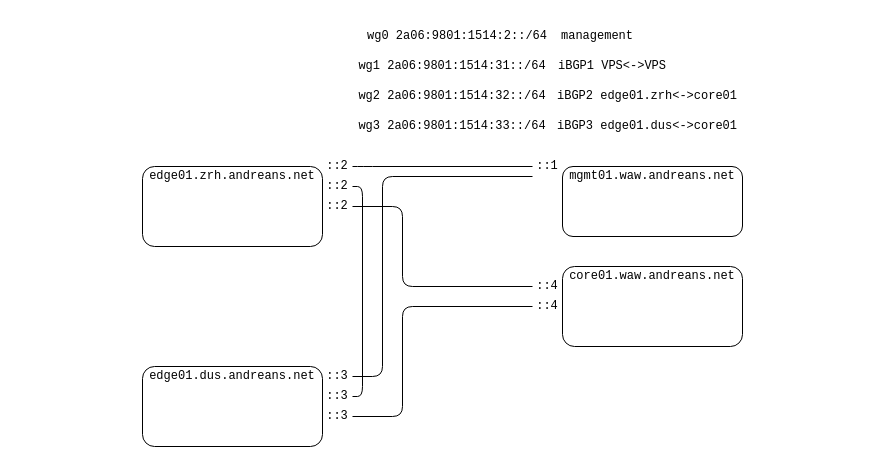
Earlier version of the draw.io diagram media/wgtunnels.drawio (Andreansx/AS218716-Networking-lab). Source tidied: cells renumbered, new cells numbered last; positions are measured from the earlier drawing's top-left corner, leaving out a move shared by most shapes. Both pictures are drawn from the tidied source at 100%, with x=0, y=0 at pixel (142, 26).
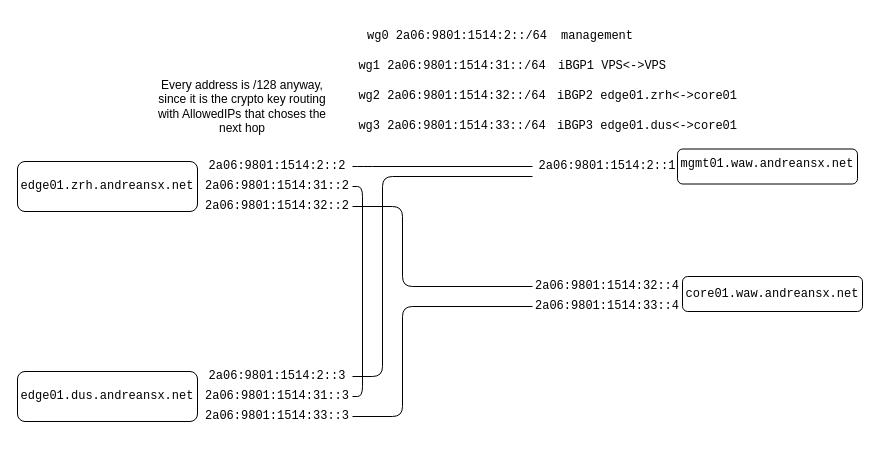
The same page after the edit.

The edit, as a diff of the source:
```diff
@@
     <mxCell id="2" style="rounded=1;whiteSpace=wrap;html=1;roundedPerimeter=1;" parent="1" vertex="1">
-      <mxGeometry y="140" width="180" height="80" as="geometry" />
+      <mxGeometry x="-125" y="135" width="180" height="50" as="geometry" />
     </mxCell>
-    <mxCell id="3" value="&lt;pre&gt;&lt;font&gt;edge01.zrh.andreans.net&lt;/font&gt;&lt;/pre&gt;" style="text;html=1;whiteSpace=wrap;strokeColor=none;fillColor=none;align=center;verticalAlign=middle;rounded=0;" parent="1" vertex="1">
-      <mxGeometry x="5" y="140" width="170" height="20" as="geometry" />
+    <mxCell id="3" value="&lt;pre&gt;&lt;font&gt;edge01.zrh.andreansx.net&lt;/font&gt;&lt;/pre&gt;" style="text;html=1;whiteSpace=wrap;strokeColor=none;fillColor=none;align=center;verticalAlign=middle;rounded=0;" parent="1" vertex="1">
+      <mxGeometry x="-120" y="150" width="170" height="20" as="geometry" />
     </mxCell>
     <mxCell id="4" style="rounded=1;whiteSpace=wrap;html=1;roundedPerimeter=1;" parent="1" vertex="1">
-      <mxGeometry y="340" width="180" height="80" as="geometry" />
+      <mxGeometry x="-125" y="345" width="180" height="50" as="geometry" />
     </mxCell>
-    <mxCell id="5" value="&lt;pre&gt;&lt;font&gt;edge01.dus.andreans.net&lt;/font&gt;&lt;/pre&gt;" style="text;html=1;whiteSpace=wrap;strokeColor=none;fillColor=none;align=center;verticalAlign=middle;rounded=0;" parent="1" vertex="1">
-      <mxGeometry x="5" y="340" width="170" height="20" as="geometry" />
+    <mxCell id="5" value="&lt;pre&gt;&lt;font&gt;edge01.dus.andreansx.net&lt;/font&gt;&lt;/pre&gt;" style="text;html=1;whiteSpace=wrap;strokeColor=none;fillColor=none;align=center;verticalAlign=middle;rounded=0;" parent="1" vertex="1">
+      <mxGeometry x="-120" y="360" width="170" height="20" as="geometry" />
     </mxCell>
     <mxCell id="6" style="rounded=1;whiteSpace=wrap;html=1;roundedPerimeter=1;" parent="1" vertex="1">
-      <mxGeometry x="420" y="240" width="180" height="80" as="geometry" />
+      <mxGeometry x="540" y="250" width="180" height="35" as="geometry" />
     </mxCell>
-    <mxCell id="7" value="&lt;pre&gt;&lt;font&gt;core01.waw.andreans.net&lt;/font&gt;&lt;/pre&gt;" style="text;html=1;whiteSpace=wrap;strokeColor=none;fillColor=none;align=center;verticalAlign=middle;rounded=0;" parent="1" vertex="1">
-      <mxGeometry x="425" y="240" width="170" height="20" as="geometry" />
+    <mxCell id="7" value="&lt;pre&gt;&lt;font&gt;core01.waw.andreansx.net&lt;/font&gt;&lt;/pre&gt;" style="text;html=1;whiteSpace=wrap;strokeColor=none;fillColor=none;align=center;verticalAlign=middle;rounded=0;" parent="1" vertex="1">
+      <mxGeometry x="545" y="257.5" width="170" height="20" as="geometry" />
     </mxCell>
@@
-    <mxCell id="16" value="&lt;pre&gt;::2&lt;/pre&gt;" style="text;html=1;whiteSpace=wrap;strokeColor=none;fillColor=none;align=center;verticalAlign=middle;rounded=0;fontColor=light-dark(#000000,#B3FF66);" parent="1" vertex="1">
-      <mxGeometry x="180" y="130" width="30" height="20" as="geometry" />
+    <mxCell id="16" value="&lt;pre&gt;2a06:9801:1514:2::2&lt;/pre&gt;" style="text;html=1;whiteSpace=wrap;strokeColor=none;fillColor=none;align=center;verticalAlign=middle;rounded=0;fontColor=light-dark(#000000,#B3FF66);" parent="1" vertex="1">
+      <mxGeometry x="60" y="130" width="150" height="20" as="geometry" />
     </mxCell>
-    <mxCell id="17" value="&lt;pre&gt;::3&lt;/pre&gt;" style="text;html=1;whiteSpace=wrap;strokeColor=none;fillColor=none;align=center;verticalAlign=middle;rounded=0;fontColor=light-dark(#000000,#B3FF66);" parent="1" vertex="1">
+    <mxCell id="17" value="&lt;pre&gt;&lt;br&gt;&lt;/pre&gt;" style="text;html=1;whiteSpace=wrap;strokeColor=none;fillColor=none;align=center;verticalAlign=middle;rounded=0;fontColor=light-dark(#000000,#B3FF66);" parent="1" vertex="1">
       <mxGeometry x="180" y="340" width="30" height="20" as="geometry" />
     </mxCell>
     <mxCell id="18" style="rounded=1;whiteSpace=wrap;html=1;roundedPerimeter=1;" parent="1" vertex="1">
-      <mxGeometry x="420" y="140" width="180" height="70" as="geometry" />
+      <mxGeometry x="535" y="122.5" width="180" height="35" as="geometry" />
     </mxCell>
-    <mxCell id="19" value="&lt;pre&gt;&lt;font&gt;mgmt01.waw.andreans.net&lt;/font&gt;&lt;/pre&gt;" style="text;html=1;whiteSpace=wrap;strokeColor=none;fillColor=none;align=center;verticalAlign=middle;rounded=0;" parent="1" vertex="1">
-      <mxGeometry x="425" y="140" width="170" height="20" as="geometry" />
+    <mxCell id="19" value="&lt;pre&gt;&lt;font&gt;mgmt01.waw.andreansx.net&lt;/font&gt;&lt;/pre&gt;" style="text;html=1;whiteSpace=wrap;strokeColor=none;fillColor=none;align=center;verticalAlign=middle;rounded=0;" parent="1" vertex="1">
+      <mxGeometry x="540" y="127.5" width="170" height="20" as="geometry" />
     </mxCell>
-    <mxCell id="20" value="&lt;pre&gt;::1&lt;/pre&gt;" style="text;html=1;whiteSpace=wrap;strokeColor=none;fillColor=none;align=center;verticalAlign=middle;rounded=0;fontColor=light-dark(#000000,#B3FF66);" parent="1" vertex="1">
-      <mxGeometry x="390" y="130" width="30" height="20" as="geometry" />
+    <mxCell id="20" value="&lt;pre&gt;2a06:9801:1514:2::1&lt;/pre&gt;" style="text;html=1;whiteSpace=wrap;strokeColor=none;fillColor=none;align=center;verticalAlign=middle;rounded=0;fontColor=light-dark(#000000,#B3FF66);" parent="1" vertex="1">
+      <mxGeometry x="390" y="130" width="150" height="20" as="geometry" />
     </mxCell>
@@
-    <mxCell id="23" value="&lt;pre&gt;::2&lt;/pre&gt;" style="text;html=1;whiteSpace=wrap;strokeColor=none;fillColor=none;align=center;verticalAlign=middle;rounded=0;fontColor=light-dark(#000000,#FF66B3);" parent="1" vertex="1">
-      <mxGeometry x="180" y="150" width="30" height="20" as="geometry" />
+    <mxCell id="23" value="&lt;pre&gt;2a06:9801:1514:31::2&lt;/pre&gt;" style="text;html=1;whiteSpace=wrap;strokeColor=none;fillColor=none;align=center;verticalAlign=middle;rounded=0;fontColor=light-dark(#000000,#FF66B3);" parent="1" vertex="1">
+      <mxGeometry x="60" y="150" width="150" height="20" as="geometry" />
     </mxCell>
-    <mxCell id="24" value="&lt;pre&gt;::3&lt;/pre&gt;" style="text;html=1;whiteSpace=wrap;strokeColor=none;fillColor=none;align=center;verticalAlign=middle;rounded=0;fontColor=light-dark(#000000,#FF66B3);" parent="1" vertex="1">
-      <mxGeometry x="180" y="360" width="30" height="20" as="geometry" />
+    <mxCell id="24" value="&lt;pre&gt;2a06:9801:1514:31::3&lt;/pre&gt;" style="text;html=1;whiteSpace=wrap;strokeColor=none;fillColor=none;align=center;verticalAlign=middle;rounded=0;fontColor=light-dark(#000000,#FF66B3);" parent="1" vertex="1">
+      <mxGeometry x="60" y="360" width="150" height="20" as="geometry" />
     </mxCell>
@@
-    <mxCell id="26" value="&lt;pre&gt;::2&lt;/pre&gt;" style="text;html=1;whiteSpace=wrap;strokeColor=none;fillColor=none;align=center;verticalAlign=middle;rounded=0;fontColor=light-dark(#000000,#66B2FF);" parent="1" vertex="1">
-      <mxGeometry x="180" y="170" width="30" height="20" as="geometry" />
+    <mxCell id="26" value="&lt;pre&gt;2a06:9801:1514:32::2&lt;/pre&gt;" style="text;html=1;whiteSpace=wrap;strokeColor=none;fillColor=none;align=center;verticalAlign=middle;rounded=0;fontColor=light-dark(#000000,#66B2FF);" parent="1" vertex="1">
+      <mxGeometry x="60" y="170" width="150" height="20" as="geometry" />
     </mxCell>
-    <mxCell id="27" value="&lt;pre&gt;::3&lt;/pre&gt;" style="text;html=1;whiteSpace=wrap;strokeColor=none;fillColor=none;align=center;verticalAlign=middle;rounded=0;fontColor=light-dark(#000000,#B266FF);" parent="1" vertex="1">
-      <mxGeometry x="180" y="380" width="30" height="20" as="geometry" />
+    <mxCell id="27" value="&lt;pre&gt;2a06:9801:1514:33::3&lt;/pre&gt;" style="text;html=1;whiteSpace=wrap;strokeColor=none;fillColor=none;align=center;verticalAlign=middle;rounded=0;fontColor=light-dark(#000000,#B266FF);" parent="1" vertex="1">
+      <mxGeometry x="60" y="380" width="150" height="20" as="geometry" />
     </mxCell>
-    <mxCell id="28" value="&lt;pre&gt;::4&lt;/pre&gt;" style="text;html=1;whiteSpace=wrap;strokeColor=none;fillColor=none;align=center;verticalAlign=middle;rounded=0;fontColor=light-dark(#000000,#66B2FF);" parent="1" vertex="1">
-      <mxGeometry x="390" y="250" width="30" height="20" as="geometry" />
+    <mxCell id="28" value="&lt;pre&gt;2a06:9801:1514:32::4&lt;/pre&gt;" style="text;html=1;whiteSpace=wrap;strokeColor=none;fillColor=none;align=center;verticalAlign=middle;rounded=0;fontColor=light-dark(#000000,#66B2FF);" parent="1" vertex="1">
+      <mxGeometry x="390" y="250" width="150" height="20" as="geometry" />
     </mxCell>
-    <mxCell id="29" value="&lt;pre&gt;::4&lt;/pre&gt;" style="text;html=1;whiteSpace=wrap;strokeColor=none;fillColor=none;align=center;verticalAlign=middle;rounded=0;fontColor=light-dark(#000000,#B266FF);" parent="1" vertex="1">
-      <mxGeometry x="390" y="270" width="30" height="20" as="geometry" />
+    <mxCell id="29" value="&lt;pre&gt;2a06:9801:1514:33::4&lt;/pre&gt;" style="text;html=1;whiteSpace=wrap;strokeColor=none;fillColor=none;align=center;verticalAlign=middle;rounded=0;fontColor=light-dark(#000000,#B266FF);" parent="1" vertex="1">
+      <mxGeometry x="390" y="270" width="150" height="20" as="geometry" />
     </mxCell>
@@
+    <mxCell id="32" value="Every address is /128 anyway, since it is the crypto key routing with AllowedIPs that choses the next hop" style="text;html=1;whiteSpace=wrap;strokeColor=none;fillColor=none;align=center;verticalAlign=middle;rounded=0;" parent="1" vertex="1">
+      <mxGeometry x="10" y="50" width="180" height="60" as="geometry" />
+    </mxCell>
+    <mxCell id="33" value="&lt;pre&gt;2a06:9801:1514:2::3&lt;/pre&gt;" style="text;html=1;whiteSpace=wrap;strokeColor=none;fillColor=none;align=center;verticalAlign=middle;rounded=0;fontColor=light-dark(#000000,#B3FF66);" parent="1" vertex="1">
+      <mxGeometry x="60" y="340" width="150" height="20" as="geometry" />
+    </mxCell>
```
